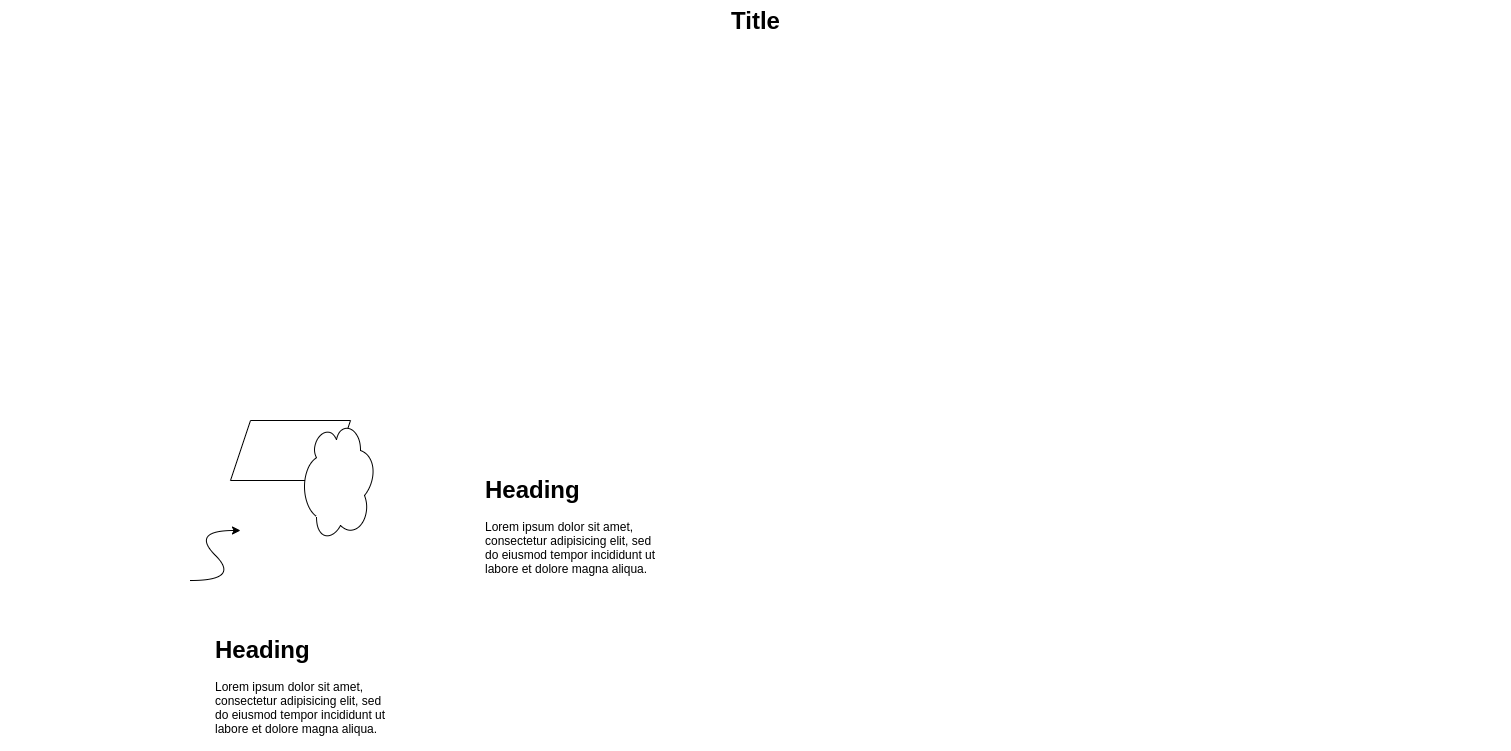
This is test.png from intererting/draw_io_backend, a draw.io export, as it was before one commit. Source tidied: cells renumbered, new cells last; positions are measured from the earlier drawing's top-left corner, leaving out a move shared by most shapes. Its diagram source:
```xml
<mxGraphModel>
  <root>
    <mxCell id="0" style="html=1;" />
    <mxCell id="1" style="html=1;" parent="0" />
    <mxCell id="2" value="Title" style="text;strokeColor=none;fillColor=none;html=1;fontSize=24;fontStyle=1;verticalAlign=middle;align=center;" parent="1" vertex="1">
      <mxGeometry width="1510" height="40" as="geometry" />
    </mxCell>
    <mxCell id="3" style="shape=parallelogram;perimeter=parallelogramPerimeter;whiteSpace=wrap;html=1;fixedSize=1;" parent="1" vertex="1">
      <mxGeometry x="230" y="420" width="120" height="60" as="geometry" />
    </mxCell>
    <mxCell id="4" value="&lt;h1&gt;Heading&lt;/h1&gt;&lt;p&gt;Lorem ipsum dolor sit amet, consectetur adipisicing elit, sed do eiusmod tempor incididunt ut labore et dolore magna aliqua.&lt;/p&gt;" style="text;html=1;strokeColor=none;fillColor=none;spacing=5;spacingTop=-20;whiteSpace=wrap;overflow=hidden;rounded=0;" parent="1" vertex="1">
      <mxGeometry x="210" y="630" width="190" height="120" as="geometry" />
    </mxCell>
    <mxCell id="5" style="curved=1;endArrow=classic;html=1;" parent="1" edge="1">
      <mxGeometry relative="1" as="geometry">
        <mxPoint x="190" y="580" as="sourcePoint" />
        <mxPoint x="240" y="530" as="targetPoint" />
        <Array as="points">
          <mxPoint x="240" y="580" />
          <mxPoint x="190" y="530" />
        </Array>
      </mxGeometry>
    </mxCell>
    <mxCell id="6" style="ellipse;shape=cloud;whiteSpace=wrap;html=1;direction=south;" parent="1" vertex="1">
      <mxGeometry x="300" y="420" width="80" height="120" as="geometry" />
    </mxCell>
    <mxCell id="7" value="&lt;h1&gt;Heading&lt;/h1&gt;&lt;p&gt;Lorem ipsum dolor sit amet, consectetur adipisicing elit, sed do eiusmod tempor incididunt ut labore et dolore magna aliqua.&lt;/p&gt;" style="text;html=1;strokeColor=none;fillColor=none;spacing=5;spacingTop=-20;whiteSpace=wrap;overflow=hidden;rounded=0;" parent="1" vertex="1">
      <mxGeometry x="480" y="470" width="190" height="120" as="geometry" />
    </mxCell>
  </root>
</mxGraphModel>
```
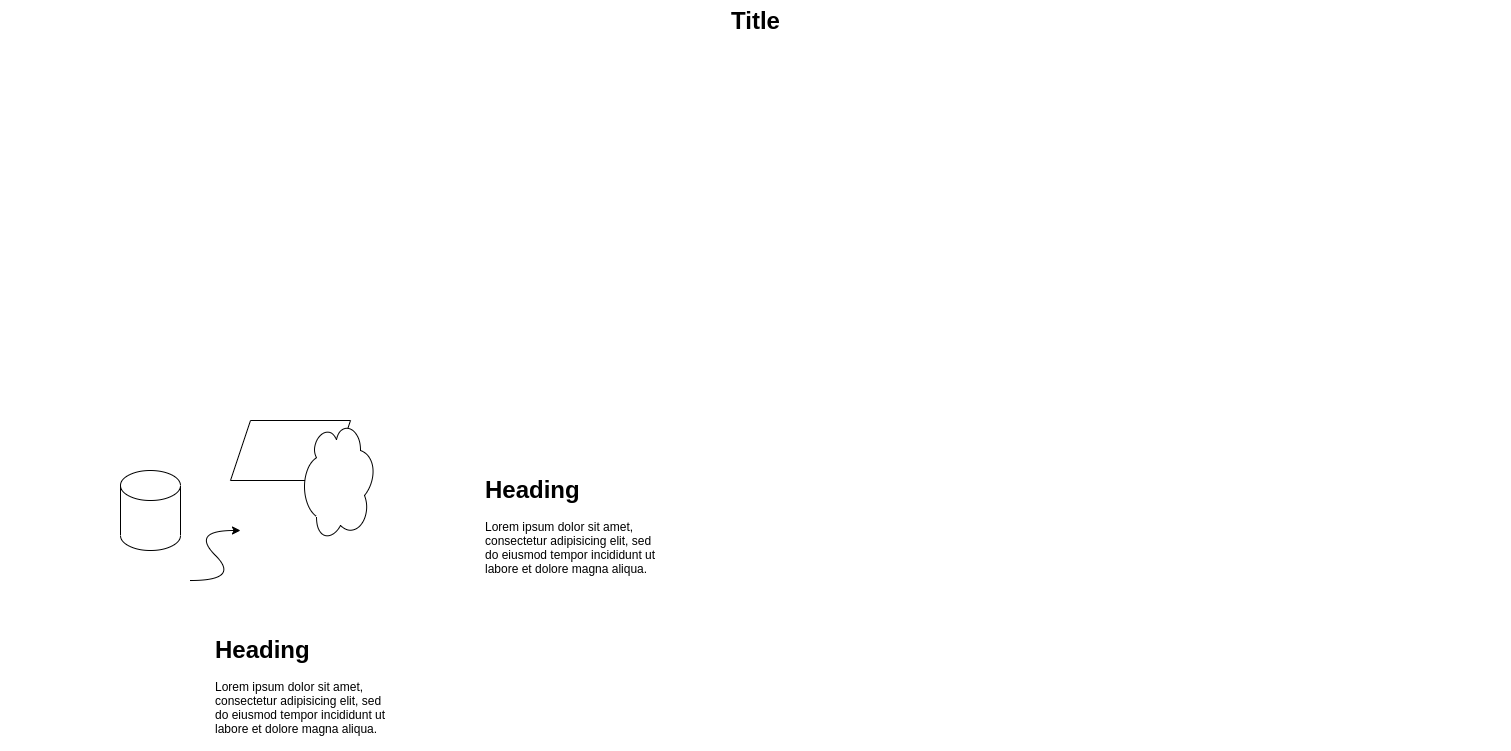
Above is the later version.

The edit, as a diff of the source:
```diff
@@ -27,5 +27,8 @@
     <mxCell id="7" value="&lt;h1&gt;Heading&lt;/h1&gt;&lt;p&gt;Lorem ipsum dolor sit amet, consectetur adipisicing elit, sed do eiusmod tempor incididunt ut labore et dolore magna aliqua.&lt;/p&gt;" style="text;html=1;strokeColor=none;fillColor=none;spacing=5;spacingTop=-20;whiteSpace=wrap;overflow=hidden;rounded=0;" parent="1" vertex="1">
       <mxGeometry x="480" y="470" width="190" height="120" as="geometry" />
     </mxCell>
+    <mxCell id="8" style="shape=cylinder3;whiteSpace=wrap;html=1;boundedLbl=1;backgroundOutline=1;size=15;" parent="1" vertex="1">
+      <mxGeometry x="120" y="470" width="60" height="80" as="geometry" />
+    </mxCell>
   </root>
 </mxGraphModel>
```
